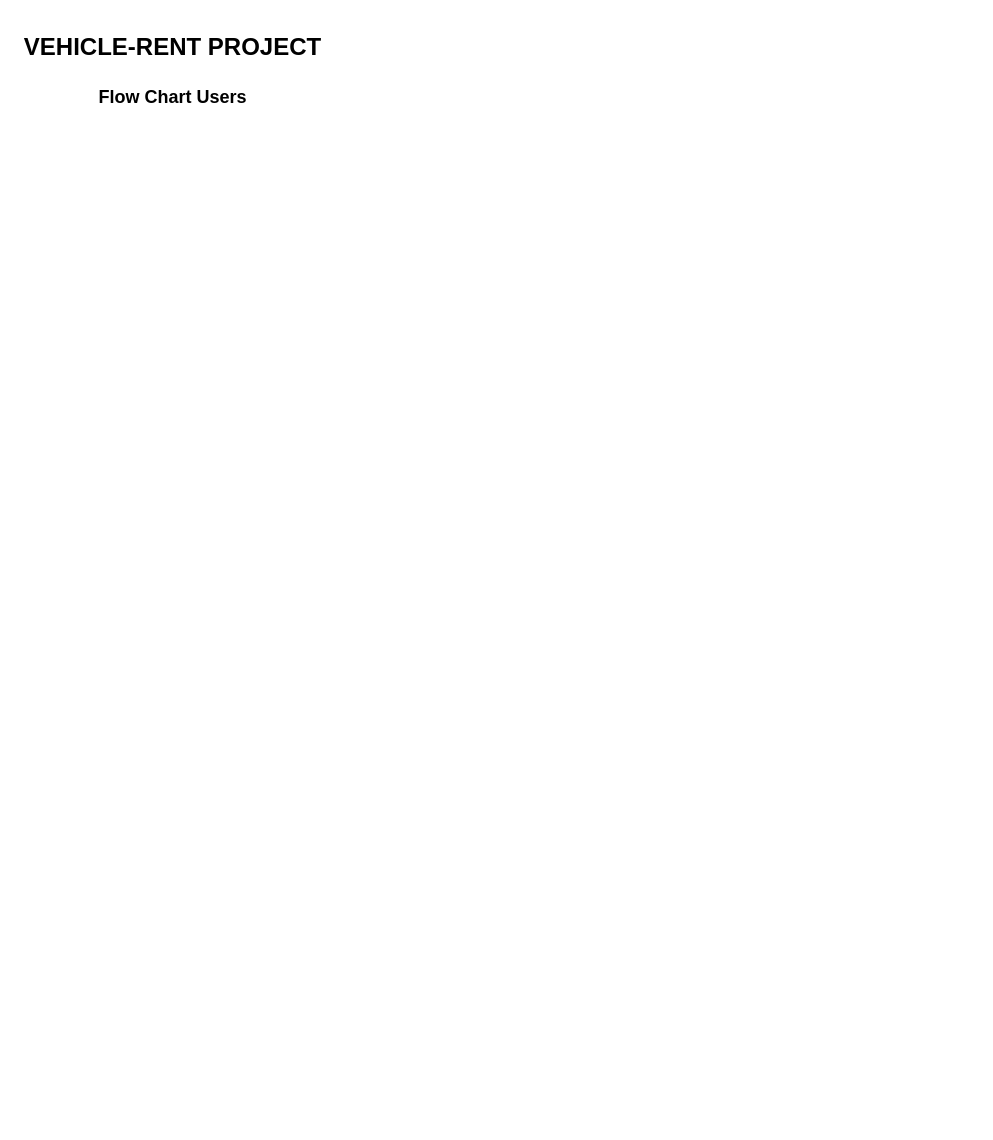
Above: page "Users" (3 of 3) of draw.io/ERD Vehicle rent.drawio in DanangFirmantara/fw5-backend-beginner (draw.io), before the change. Source tidied: cells renumbered, new cells numbered last; positions are measured from the earlier drawing's top-left corner, leaving out a move shared by most shapes. Both pictures are drawn from the tidied source at 100%, with x=0, y=0 at pixel (17, 22).
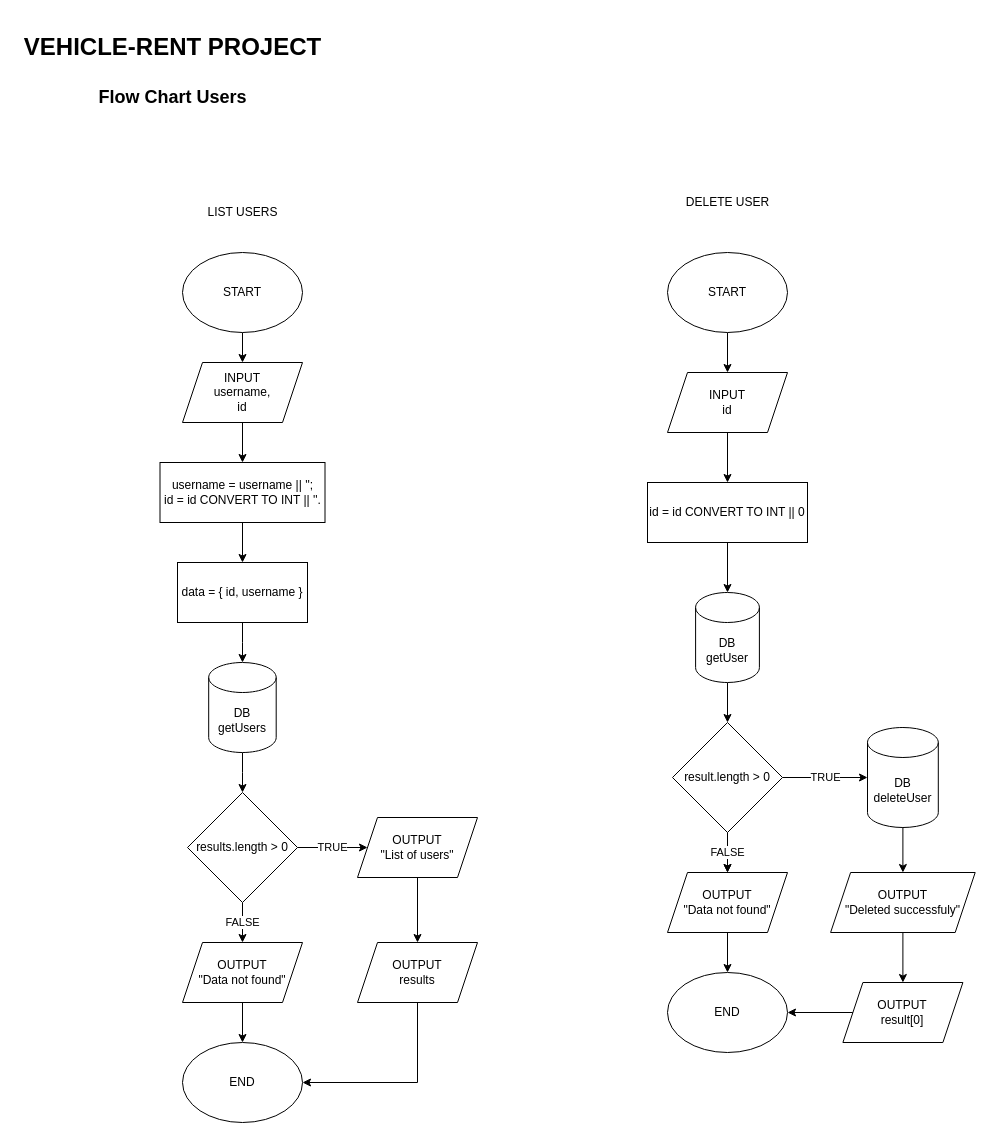
The same diagram, later.

Commit message (it also covers changes not shown here):
fix : error deleteUser

Change to the diagram source:
```diff
@@
+    <mxCell id="4" style="edgeStyle=orthogonalEdgeStyle;rounded=0;jettySize=auto;html=1;" parent="1" edge="1" source="5" target="8">
+      <mxGeometry relative="1" as="geometry" />
+    </mxCell>
+    <mxCell id="5" value="START" style="ellipse;whiteSpace=wrap;html=1;" parent="1" vertex="1">
+      <mxGeometry x="165" y="230" width="120" height="80" as="geometry" />
+    </mxCell>
+    <mxCell id="6" value="LIST USERS" style="text;html=1;align=center;verticalAlign=middle;strokeColor=none;fillColor=none;" parent="1" vertex="1">
+      <mxGeometry x="180" y="180" width="90" height="20" as="geometry" />
+    </mxCell>
+    <mxCell id="7" style="edgeStyle=orthogonalEdgeStyle;rounded=0;jettySize=auto;html=1;" parent="1" edge="1" source="8" target="10">
+      <mxGeometry relative="1" as="geometry" />
+    </mxCell>
+    <mxCell id="8" value="INPUT&lt;br&gt;username,&lt;br&gt;id" style="shape=parallelogram;perimeter=parallelogramPerimeter;whiteSpace=wrap;html=1;fixedSize=1;" parent="1" vertex="1">
+      <mxGeometry x="165" y="340" width="120" height="60" as="geometry" />
+    </mxCell>
+    <mxCell id="9" style="edgeStyle=orthogonalEdgeStyle;rounded=0;jettySize=auto;html=1;entryX=0.5;entryY=0;entryDx=0;entryDy=0;" parent="1" edge="1" source="10" target="12">
+      <mxGeometry relative="1" as="geometry" />
+    </mxCell>
+    <mxCell id="10" value="username = username || '';&lt;br&gt;id = id CONVERT TO INT || ''." style="rounded=0;whiteSpace=wrap;html=1;" parent="1" vertex="1">
+      <mxGeometry x="142.5" y="440" width="165" height="60" as="geometry" />
+    </mxCell>
+    <mxCell id="11" style="edgeStyle=orthogonalEdgeStyle;rounded=0;jettySize=auto;html=1;" parent="1" edge="1" source="12" target="14">
+      <mxGeometry relative="1" as="geometry" />
+    </mxCell>
+    <mxCell id="12" value="data = { id, username }" style="rounded=0;whiteSpace=wrap;html=1;" parent="1" vertex="1">
+      <mxGeometry x="160" y="540" width="130" height="60" as="geometry" />
+    </mxCell>
+    <mxCell id="13" style="edgeStyle=orthogonalEdgeStyle;rounded=0;jettySize=auto;html=1;entryX=0.5;entryY=0;entryDx=0;entryDy=0;" parent="1" edge="1" source="14" target="17">
+      <mxGeometry relative="1" as="geometry" />
+    </mxCell>
+    <mxCell id="14" value="DB getUsers" style="shape=cylinder3;whiteSpace=wrap;html=1;boundedLbl=1;backgroundOutline=1;size=15;" parent="1" vertex="1">
+      <mxGeometry x="191.2" y="640" width="67.5" height="90" as="geometry" />
+    </mxCell>
+    <mxCell id="15" value="TRUE" style="edgeStyle=orthogonalEdgeStyle;rounded=0;jettySize=auto;html=1;entryX=0;entryY=0.5;entryDx=0;entryDy=0;" parent="1" edge="1" source="17" target="23">
+      <mxGeometry relative="1" as="geometry" />
+    </mxCell>
+    <mxCell id="16" value="FALSE" style="edgeStyle=orthogonalEdgeStyle;rounded=0;jettySize=auto;html=1;" parent="1" edge="1" source="17" target="19">
+      <mxGeometry relative="1" as="geometry" />
+    </mxCell>
+    <mxCell id="17" value="results.length &amp;gt; 0" style="rhombus;whiteSpace=wrap;html=1;" parent="1" vertex="1">
+      <mxGeometry x="170" y="770" width="110" height="110" as="geometry" />
+    </mxCell>
+    <mxCell id="18" style="edgeStyle=orthogonalEdgeStyle;rounded=0;jettySize=auto;html=1;entryX=0.5;entryY=0;entryDx=0;entryDy=0;" parent="1" edge="1" source="19" target="24">
+      <mxGeometry relative="1" as="geometry" />
+    </mxCell>
+    <mxCell id="19" value="OUTPUT&lt;br&gt;&quot;Data not found&quot;" style="shape=parallelogram;perimeter=parallelogramPerimeter;whiteSpace=wrap;html=1;fixedSize=1;" parent="1" vertex="1">
+      <mxGeometry x="165" y="920" width="120" height="60" as="geometry" />
+    </mxCell>
+    <mxCell id="20" style="edgeStyle=orthogonalEdgeStyle;rounded=0;jettySize=auto;html=1;entryX=1;entryY=0.5;entryDx=0;entryDy=0;" parent="1" edge="1" source="21" target="24">
+      <mxGeometry relative="1" as="geometry">
+        <Array as="points">
+          <mxPoint x="400" y="1060" />
+        </Array>
+      </mxGeometry>
+    </mxCell>
+    <mxCell id="21" value="OUTPUT&lt;br&gt;results" style="shape=parallelogram;perimeter=parallelogramPerimeter;whiteSpace=wrap;html=1;fixedSize=1;" parent="1" vertex="1">
+      <mxGeometry x="340" y="920" width="120" height="60" as="geometry" />
+    </mxCell>
+    <mxCell id="22" style="edgeStyle=orthogonalEdgeStyle;rounded=0;jettySize=auto;html=1;" parent="1" edge="1" source="23" target="21">
+      <mxGeometry relative="1" as="geometry" />
+    </mxCell>
+    <mxCell id="23" value="OUTPUT&lt;br&gt;&quot;List of users&quot;" style="shape=parallelogram;perimeter=parallelogramPerimeter;whiteSpace=wrap;html=1;fixedSize=1;" parent="1" vertex="1">
+      <mxGeometry x="340" y="795" width="120" height="60" as="geometry" />
+    </mxCell>
+    <mxCell id="24" value="END" style="ellipse;whiteSpace=wrap;html=1;" parent="1" vertex="1">
+      <mxGeometry x="165" y="1020" width="120" height="80" as="geometry" />
+    </mxCell>
+    <mxCell id="25" style="edgeStyle=orthogonalEdgeStyle;rounded=0;jettySize=auto;html=1;entryX=0.5;entryY=0;entryDx=0;entryDy=0;" parent="1" edge="1" source="26" target="29">
+      <mxGeometry relative="1" as="geometry" />
+    </mxCell>
+    <mxCell id="26" value="START" style="ellipse;whiteSpace=wrap;html=1;" parent="1" vertex="1">
+      <mxGeometry x="650" y="230" width="120" height="80" as="geometry" />
+    </mxCell>
+    <mxCell id="27" value="DELETE USER" style="text;html=1;align=center;verticalAlign=middle;strokeColor=none;fillColor=none;" parent="1" vertex="1">
+      <mxGeometry x="660" y="170" width="100" height="20" as="geometry" />
+    </mxCell>
+    <mxCell id="28" style="edgeStyle=orthogonalEdgeStyle;rounded=0;jettySize=auto;html=1;entryX=0.5;entryY=0;entryDx=0;entryDy=0;" parent="1" edge="1" source="29" target="31">
+      <mxGeometry relative="1" as="geometry" />
+    </mxCell>
+    <mxCell id="29" value="INPUT&lt;br&gt;id" style="shape=parallelogram;perimeter=parallelogramPerimeter;whiteSpace=wrap;html=1;fixedSize=1;" parent="1" vertex="1">
+      <mxGeometry x="650" y="350" width="120" height="60" as="geometry" />
+    </mxCell>
+    <mxCell id="30" style="edgeStyle=orthogonalEdgeStyle;rounded=0;jettySize=auto;html=1;" parent="1" edge="1" source="31" target="33">
+      <mxGeometry relative="1" as="geometry" />
+    </mxCell>
+    <mxCell id="31" value="id = id CONVERT TO INT || 0" style="rounded=0;whiteSpace=wrap;html=1;" parent="1" vertex="1">
+      <mxGeometry x="630" y="460" width="160" height="60" as="geometry" />
+    </mxCell>
+    <mxCell id="32" style="edgeStyle=orthogonalEdgeStyle;rounded=0;jettySize=auto;html=1;" parent="1" edge="1" source="33" target="37">
+      <mxGeometry relative="1" as="geometry" />
+    </mxCell>
+    <mxCell id="33" value="DB getUser" style="shape=cylinder3;whiteSpace=wrap;html=1;boundedLbl=1;backgroundOutline=1;size=15;" parent="1" vertex="1">
+      <mxGeometry x="678.1" y="570" width="63.8" height="90" as="geometry" />
+    </mxCell>
+    <mxCell id="34" style="edgeStyle=orthogonalEdgeStyle;rounded=0;jettySize=auto;html=1;" parent="1" edge="1" source="37" target="41">
+      <mxGeometry relative="1" as="geometry" />
+    </mxCell>
+    <mxCell id="35" value="FALSE" style="edgeStyle=orthogonalEdgeStyle;rounded=0;jettySize=auto;html=1;" parent="1" edge="1" source="37" target="41">
+      <mxGeometry relative="1" as="geometry" />
+    </mxCell>
+    <mxCell id="36" value="TRUE" style="edgeStyle=orthogonalEdgeStyle;rounded=0;jettySize=auto;html=1;entryX=0;entryY=0.5;entryDx=0;entryDy=0;entryPerimeter=0;" parent="1" edge="1" source="37" target="39">
+      <mxGeometry relative="1" as="geometry" />
+    </mxCell>
+    <mxCell id="37" value="result.length &amp;gt; 0" style="rhombus;whiteSpace=wrap;html=1;" parent="1" vertex="1">
+      <mxGeometry x="655" y="700" width="110" height="110" as="geometry" />
+    </mxCell>
+    <mxCell id="38" style="edgeStyle=orthogonalEdgeStyle;rounded=0;jettySize=auto;html=1;" parent="1" edge="1" source="39" target="43">
+      <mxGeometry relative="1" as="geometry" />
+    </mxCell>
+    <mxCell id="39" value="DB deleteUser" style="shape=cylinder3;whiteSpace=wrap;html=1;boundedLbl=1;backgroundOutline=1;size=15;" parent="1" vertex="1">
+      <mxGeometry x="850" y="705" width="70.8" height="100" as="geometry" />
+    </mxCell>
+    <mxCell id="40" style="edgeStyle=orthogonalEdgeStyle;rounded=0;jettySize=auto;html=1;" parent="1" edge="1" source="41" target="46">
+      <mxGeometry relative="1" as="geometry" />
+    </mxCell>
+    <mxCell id="41" value="OUTPUT&lt;br&gt;&quot;Data not found&quot;" style="shape=parallelogram;perimeter=parallelogramPerimeter;whiteSpace=wrap;html=1;fixedSize=1;" parent="1" vertex="1">
+      <mxGeometry x="650" y="850" width="120" height="60" as="geometry" />
+    </mxCell>
+    <mxCell id="42" style="edgeStyle=orthogonalEdgeStyle;rounded=0;jettySize=auto;html=1;entryX=0.5;entryY=0;entryDx=0;entryDy=0;" parent="1" edge="1" source="43" target="45">
+      <mxGeometry relative="1" as="geometry" />
+    </mxCell>
+    <mxCell id="43" value="OUTPUT&lt;br&gt;&quot;Deleted successfuly&quot;" style="shape=parallelogram;perimeter=parallelogramPerimeter;whiteSpace=wrap;html=1;fixedSize=1;" parent="1" vertex="1">
+      <mxGeometry x="813.1" y="850" width="144.6" height="60" as="geometry" />
+    </mxCell>
+    <mxCell id="44" style="edgeStyle=orthogonalEdgeStyle;rounded=0;jettySize=auto;html=1;" parent="1" edge="1" source="45" target="46">
+      <mxGeometry relative="1" as="geometry" />
+    </mxCell>
+    <mxCell id="45" value="OUTPUT&lt;br&gt;result[0]" style="shape=parallelogram;perimeter=parallelogramPerimeter;whiteSpace=wrap;html=1;fixedSize=1;" parent="1" vertex="1">
+      <mxGeometry x="825.4" y="960" width="120" height="60" as="geometry" />
+    </mxCell>
+    <mxCell id="46" value="END" style="ellipse;whiteSpace=wrap;html=1;" parent="1" vertex="1">
+      <mxGeometry x="650" y="950" width="120" height="80" as="geometry" />
+    </mxCell>
```
